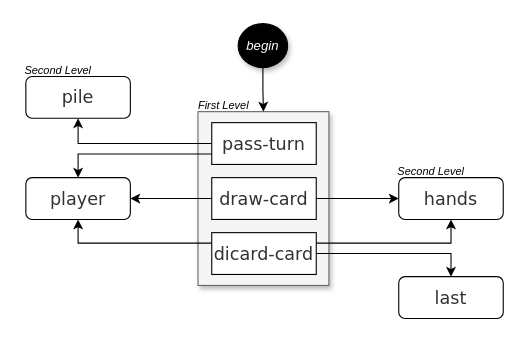
The draw.io diagram architecture-1.drawio in olbiwan/uno, before the edit. Source tidied: cells renumbered, new cells numbered last; positions are measured from the earlier drawing's top-left corner, leaving out a move shared by most shapes. Both pictures are drawn from the tidied source at 110%, with x=0, y=0 at pixel (19, 23).
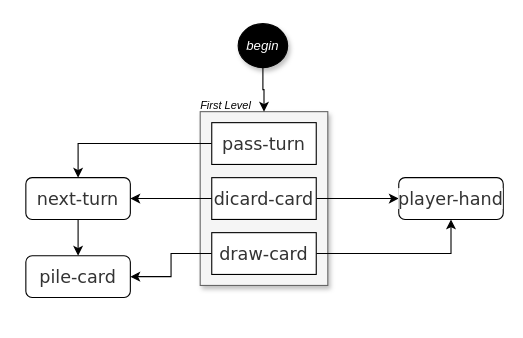
The same page after the edit.

The change refers to these unchanged cells:
```xml
<mxCell id="5" value="&lt;span style=&quot;color: rgb(51, 51, 51); font-family: &amp;quot;trebuchet ms&amp;quot;, verdana, arial, sans-serif; font-size: 16px; text-wrap: nowrap; background-color: rgb(255, 255, 255);&quot;&gt;pass-turn&lt;/span&gt;" style="rounded=0;whiteSpace=wrap;html=1;" parent="1" vertex="1">
  <mxGeometry x="175" y="90" width="95" height="38" as="geometry" />
</mxCell>
<mxCell id="18" value="begin" style="ellipse;whiteSpace=wrap;html=1;fontStyle=2;fillColor=#000000;fontColor=#FFFFFF;shadow=1;" parent="1" vertex="1">
  <mxGeometry x="199" width="45" height="40" as="geometry" />
</mxCell>
```

Diff of the diagram source:
```diff
@@
     <mxCell id="2" style="rounded=0;whiteSpace=wrap;html=1;fillColor=#f5f5f5;fontColor=#333333;strokeColor=#666666;shadow=1;" parent="1" vertex="1">
-      <mxGeometry x="162.5" y="80" width="119" height="158" as="geometry" />
+      <mxGeometry x="164.5" y="80" width="116" height="158" as="geometry" />
     </mxCell>
-    <mxCell id="3" style="edgeStyle=orthogonalEdgeStyle;rounded=0;jettySize=auto;html=1;exitX=0;exitY=0.75;exitDx=0;exitDy=0;" parent="1" edge="1" source="5" target="13">
+    <mxCell id="3" style="edgeStyle=orthogonalEdgeStyle;rounded=0;jettySize=auto;html=1;exitX=0;exitY=0.5;exitDx=0;exitDy=0;flowAnimation=1;entryX=0.5;entryY=0;entryDx=0;entryDy=0;" parent="1" edge="1" source="5" target="13">
       <mxGeometry relative="1" as="geometry" />
     </mxCell>
-    <mxCell id="4" style="edgeStyle=orthogonalEdgeStyle;rounded=0;jettySize=auto;html=1;entryX=0.5;entryY=1;entryDx=0;entryDy=0;" parent="1" edge="1" source="5" target="14">
-      <mxGeometry relative="1" as="geometry" />
-    </mxCell>
@@
-    <mxCell id="6" style="edgeStyle=orthogonalEdgeStyle;rounded=0;jettySize=auto;html=1;" parent="1" edge="1" source="7" target="15">
+    <mxCell id="6" style="edgeStyle=orthogonalEdgeStyle;rounded=0;jettySize=auto;html=1;flowAnimation=1;" parent="1" edge="1" source="7" target="15">
       <mxGeometry relative="1" as="geometry" />
     </mxCell>
-    <mxCell id="7" value="&lt;span style=&quot;color: rgb(51, 51, 51); font-family: &amp;quot;trebuchet ms&amp;quot;, verdana, arial, sans-serif; font-size: 16px; text-wrap: nowrap; background-color: rgb(255, 255, 255);&quot;&gt;draw-card&lt;/span&gt;" style="rounded=0;whiteSpace=wrap;html=1;" parent="1" vertex="1">
+    <mxCell id="7" value="&lt;span style=&quot;color: rgb(51, 51, 51); font-family: &amp;quot;trebuchet ms&amp;quot;, verdana, arial, sans-serif; font-size: 16px; text-wrap: nowrap;&quot;&gt;dicard-card&lt;/span&gt;" style="rounded=0;whiteSpace=wrap;html=1;" parent="1" vertex="1">
       <mxGeometry x="175" y="140" width="95" height="38" as="geometry" />
     </mxCell>
-    <mxCell id="8" style="edgeStyle=orthogonalEdgeStyle;rounded=0;jettySize=auto;html=1;exitX=0;exitY=0.25;exitDx=0;exitDy=0;" parent="1" edge="1" source="11" target="13">
+    <mxCell id="8" style="edgeStyle=orthogonalEdgeStyle;rounded=0;jettySize=auto;html=1;exitX=0;exitY=0.5;exitDx=0;exitDy=0;flowAnimation=1;entryX=1;entryY=0.5;entryDx=0;entryDy=0;" parent="1" edge="1" source="7" target="13">
       <mxGeometry relative="1" as="geometry" />
     </mxCell>
-    <mxCell id="9" style="edgeStyle=orthogonalEdgeStyle;rounded=0;jettySize=auto;html=1;exitX=1;exitY=0.25;exitDx=0;exitDy=0;" parent="1" edge="1" source="11" target="15">
+    <mxCell id="9" style="edgeStyle=orthogonalEdgeStyle;rounded=0;jettySize=auto;html=1;exitX=1;exitY=0.5;exitDx=0;exitDy=0;flowAnimation=1;" parent="1" edge="1" source="11" target="15">
       <mxGeometry relative="1" as="geometry" />
     </mxCell>
-    <mxCell id="10" style="edgeStyle=orthogonalEdgeStyle;rounded=0;jettySize=auto;html=1;entryX=0.5;entryY=0;entryDx=0;entryDy=0;" parent="1" edge="1" source="11" target="16">
-      <mxGeometry relative="1" as="geometry" />
-    </mxCell>
+    <mxCell id="22" style="edgeStyle=orthogonalEdgeStyle;rounded=0;jettySize=auto;html=1;entryX=1;entryY=0.5;entryDx=0;entryDy=0;flowAnimation=1;exitX=0;exitY=0.5;exitDx=0;exitDy=0;" parent="1" edge="1" source="11" target="14">
+      <mxGeometry relative="1" as="geometry" />
+    </mxCell>
-    <mxCell id="11" value="&lt;span style=&quot;color: rgb(51, 51, 51); font-family: &amp;quot;trebuchet ms&amp;quot;, verdana, arial, sans-serif; font-size: 16px; text-wrap: nowrap; background-color: rgb(255, 255, 255);&quot;&gt;dicard-card&lt;/span&gt;" style="rounded=0;whiteSpace=wrap;html=1;" parent="1" vertex="1">
+    <mxCell id="11" value="&lt;span style=&quot;color: rgb(51, 51, 51); font-family: &amp;quot;trebuchet ms&amp;quot;, verdana, arial, sans-serif; font-size: 16px; text-wrap: nowrap; background-color: rgb(255, 255, 255);&quot;&gt;draw-card&lt;/span&gt;" style="rounded=0;whiteSpace=wrap;html=1;" parent="1" vertex="1">
       <mxGeometry x="175" y="190" width="95" height="38" as="geometry" />
     </mxCell>
-    <mxCell id="12" style="edgeStyle=orthogonalEdgeStyle;rounded=0;jettySize=auto;html=1;exitX=0;exitY=0.5;exitDx=0;exitDy=0;" parent="1" edge="1" source="7" target="13">
-      <mxGeometry relative="1" as="geometry" />
-    </mxCell>
+    <mxCell id="23" style="edgeStyle=orthogonalEdgeStyle;rounded=0;jettySize=auto;html=1;entryX=0.5;entryY=0;entryDx=0;entryDy=0;flowAnimation=1;exitX=0.5;exitY=1;exitDx=0;exitDy=0;" parent="1" edge="1" source="13" target="14">
+      <mxGeometry relative="1" as="geometry" />
+    </mxCell>
-    <mxCell id="13" value="&lt;span style=&quot;color: rgb(51, 51, 51); font-family: &amp;quot;trebuchet ms&amp;quot;, verdana, arial, sans-serif; font-size: 16px; text-wrap: nowrap; background-color: rgb(255, 255, 255);&quot;&gt;player&lt;/span&gt;" style="rounded=1;whiteSpace=wrap;html=1;" parent="1" vertex="1">
+    <mxCell id="13" value="&lt;span style=&quot;color: rgb(51, 51, 51); font-family: &amp;quot;trebuchet ms&amp;quot;, verdana, arial, sans-serif; font-size: 16px; text-wrap: nowrap; background-color: rgb(255, 255, 255);&quot;&gt;next-turn&lt;/span&gt;" style="rounded=1;whiteSpace=wrap;html=1;" parent="1" vertex="1">
       <mxGeometry x="6" y="140" width="95" height="38" as="geometry" />
     </mxCell>
-    <mxCell id="14" value="&lt;span style=&quot;color: rgb(51, 51, 51); font-family: &amp;quot;trebuchet ms&amp;quot;, verdana, arial, sans-serif; font-size: 16px; text-wrap: nowrap; background-color: rgb(255, 255, 255);&quot;&gt;pile&lt;/span&gt;" style="rounded=1;whiteSpace=wrap;html=1;" parent="1" vertex="1">
-      <mxGeometry x="6" y="48" width="95" height="38" as="geometry" />
+    <mxCell id="14" value="&lt;span style=&quot;color: rgb(51, 51, 51); font-family: &amp;quot;trebuchet ms&amp;quot;, verdana, arial, sans-serif; font-size: 16px; text-wrap: nowrap; background-color: rgb(255, 255, 255);&quot;&gt;pile-card&lt;/span&gt;" style="rounded=1;whiteSpace=wrap;html=1;" parent="1" vertex="1">
+      <mxGeometry x="6" y="211" width="95" height="38" as="geometry" />
     </mxCell>
-    <mxCell id="15" value="&lt;span style=&quot;color: rgb(51, 51, 51); font-family: &amp;quot;trebuchet ms&amp;quot;, verdana, arial, sans-serif; font-size: 16px; text-wrap: nowrap; background-color: rgb(255, 255, 255);&quot;&gt;hands&lt;/span&gt;" style="rounded=1;whiteSpace=wrap;html=1;" parent="1" vertex="1">
+    <mxCell id="15" value="&lt;span style=&quot;color: rgb(51, 51, 51); font-family: &amp;quot;trebuchet ms&amp;quot;, verdana, arial, sans-serif; font-size: 16px; text-wrap: nowrap; background-color: rgb(255, 255, 255);&quot;&gt;player-hand&lt;/span&gt;" style="rounded=1;whiteSpace=wrap;html=1;" parent="1" vertex="1">
       <mxGeometry x="345" y="140" width="95" height="38" as="geometry" />
     </mxCell>
-    <mxCell id="16" value="&lt;font face=&quot;trebuchet ms, verdana, arial, sans-serif&quot; color=&quot;#333333&quot;&gt;&lt;span style=&quot;font-size: 16px; text-wrap: nowrap; background-color: rgb(255, 255, 255);&quot;&gt;last&lt;/span&gt;&lt;/font&gt;" style="rounded=1;whiteSpace=wrap;html=1;" parent="1" vertex="1">
-      <mxGeometry x="345" y="230" width="95" height="38" as="geometry" />
-    </mxCell>
-    <mxCell id="17" style="edgeStyle=orthogonalEdgeStyle;rounded=0;jettySize=auto;html=1;entryX=0.5;entryY=0;entryDx=0;entryDy=0;" parent="1" edge="1" source="18" target="2">
+    <mxCell id="17" style="edgeStyle=orthogonalEdgeStyle;rounded=0;jettySize=auto;html=1;entryX=0.5;entryY=0;entryDx=0;entryDy=0;flowAnimation=1;" parent="1" edge="1" source="18" target="2">
       <mxGeometry relative="1" as="geometry" />
     </mxCell>
@@
     <mxCell id="19" value="First Level" style="text;html=1;align=center;verticalAlign=middle;whiteSpace=wrap;rounded=0;fontStyle=2;fontSize=10;" parent="1" vertex="1">
-      <mxGeometry x="155.5" y="59" width="60" height="30" as="geometry" />
+      <mxGeometry x="157.5" y="59" width="60" height="30" as="geometry" />
     </mxCell>
-    <mxCell id="20" value="Second Level" style="text;html=1;align=center;verticalAlign=middle;whiteSpace=wrap;rounded=0;fontStyle=2;fontSize=10;" parent="1" vertex="1">
-      <mxGeometry y="27" width="71" height="30" as="geometry" />
-    </mxCell>
-    <mxCell id="21" value="Second Level" style="text;html=1;align=center;verticalAlign=middle;whiteSpace=wrap;rounded=0;fontStyle=2;fontSize=10;" parent="1" vertex="1">
-      <mxGeometry x="339" y="119" width="71" height="30" as="geometry" />
-    </mxCell>
```
